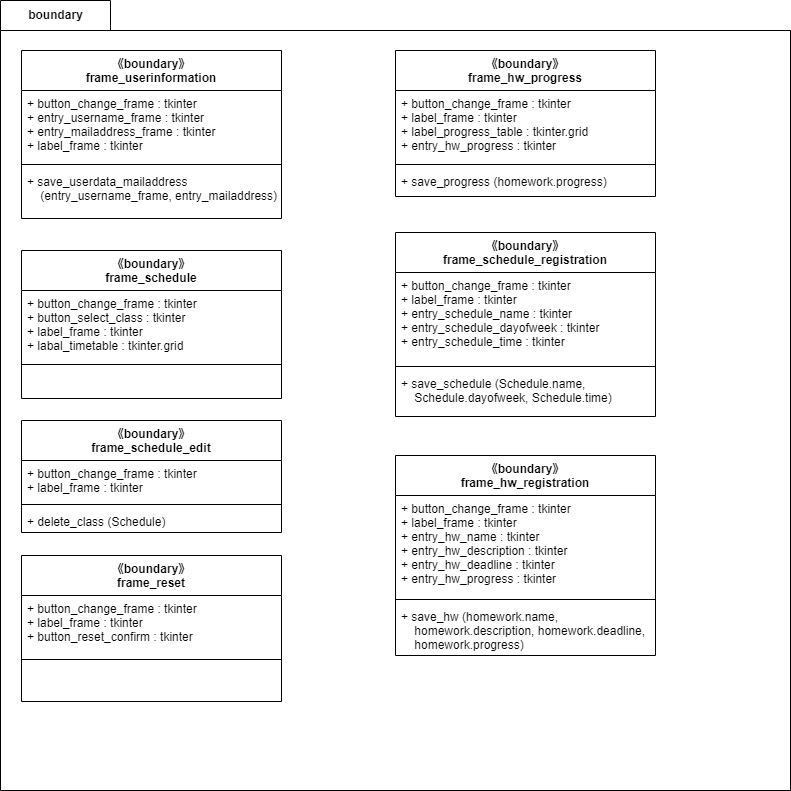
Above: 構造図/クラス図/詳細設計/クラス図(boundary).drawio.png in masaki1234567/psp4 (draw.io), before the change. Source tidied: cells renumbered, new cells last; positions are measured from the earlier drawing's top-left corner, leaving out a move shared by most shapes.
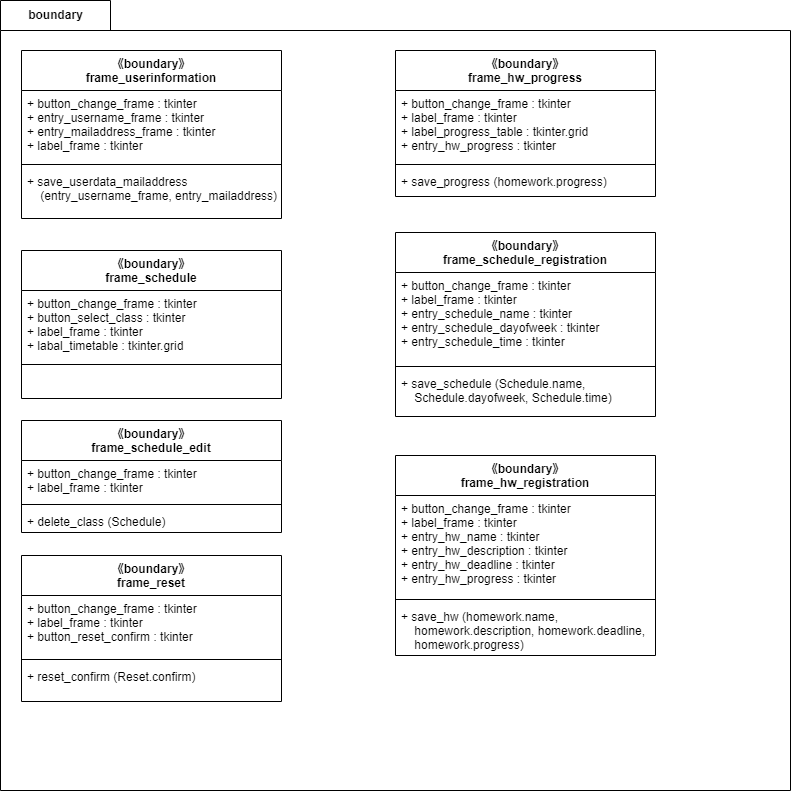
After the commit.

Change to the diagram source:
```diff
@@ -67,7 +67,7 @@
     <mxCell id="22" style="line;strokeWidth=1;fillColor=none;align=left;verticalAlign=middle;spacingTop=-1;spacingLeft=3;spacingRight=3;labelPosition=right;strokeColor=inherit;" parent="20" vertex="1">
       <mxGeometry y="100" width="260" height="8" as="geometry" />
     </mxCell>
-    <mxCell id="23" value=" " style="text;strokeColor=none;fillColor=none;align=left;verticalAlign=top;spacingLeft=4;spacingRight=4;overflow=hidden;" parent="20" vertex="1">
+    <mxCell id="23" value="+ reset_confirm (Reset.confirm)" style="text;strokeColor=none;fillColor=none;align=left;verticalAlign=top;spacingLeft=4;spacingRight=4;overflow=hidden;" parent="20" vertex="1">
       <mxGeometry y="108" width="260" height="38" as="geometry" />
     </mxCell>
     <mxCell id="24" value="《boundary》&#10;frame_schedule_registration" style="swimlane;fontStyle=1;align=center;verticalAlign=top;horizontal=1;startSize=40;" parent="2" vertex="1">
```
